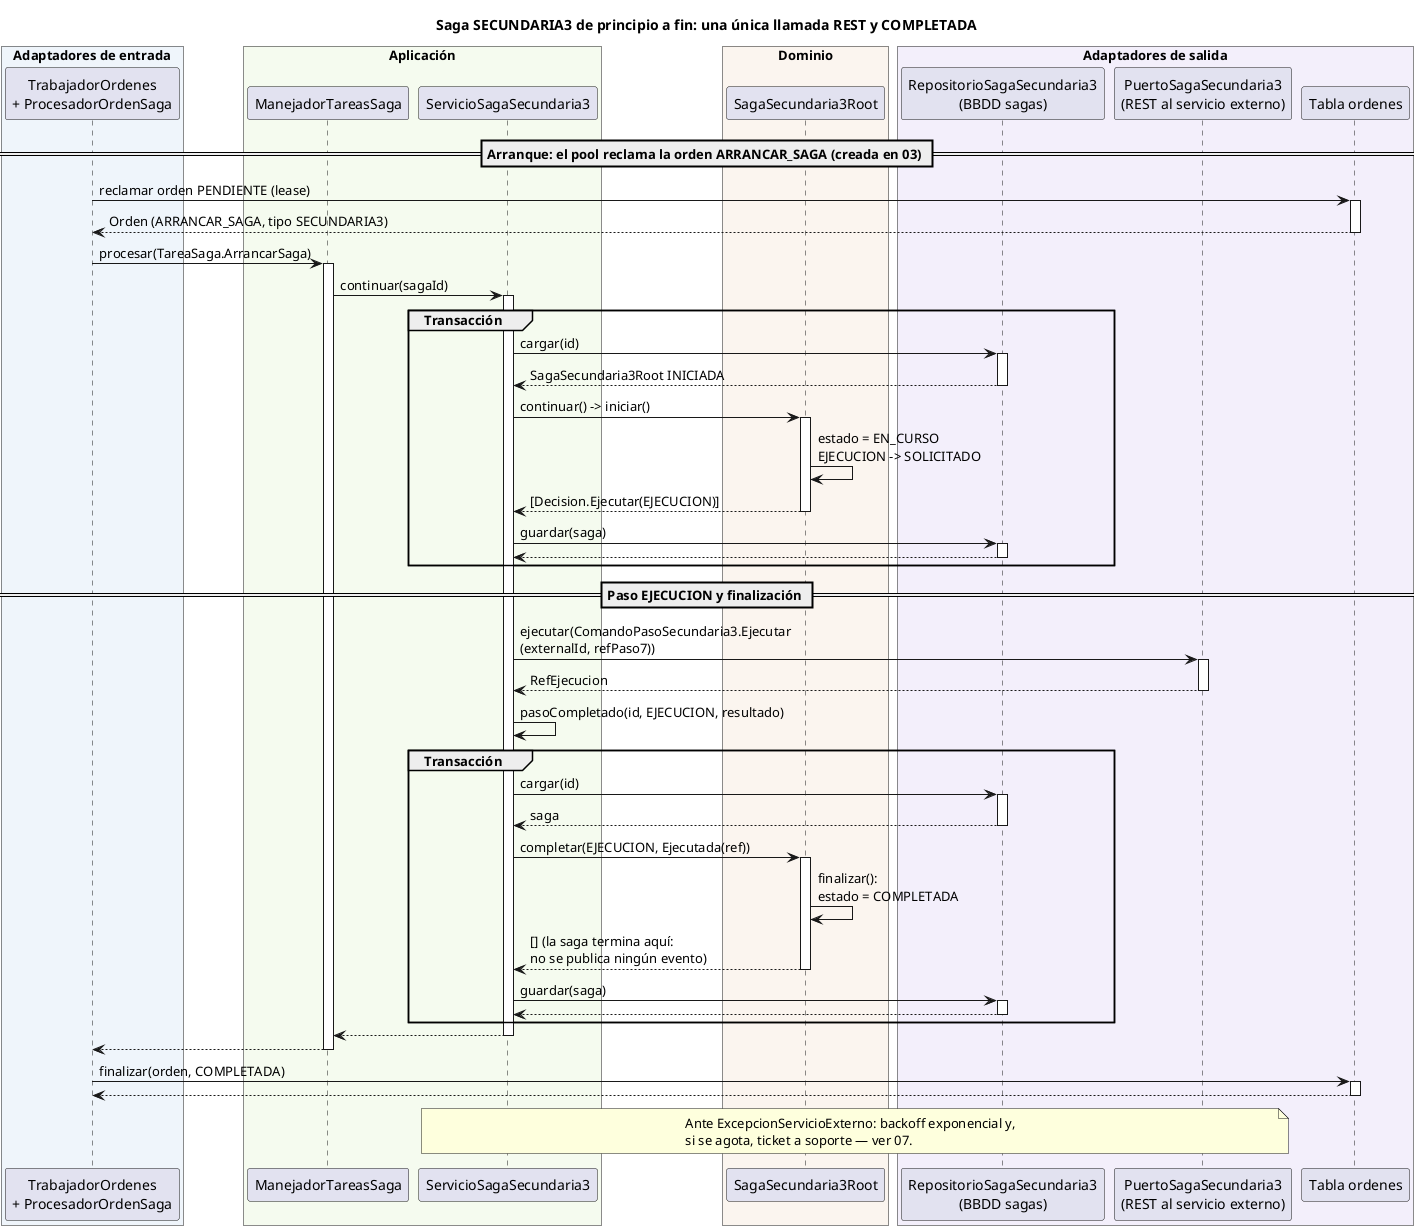
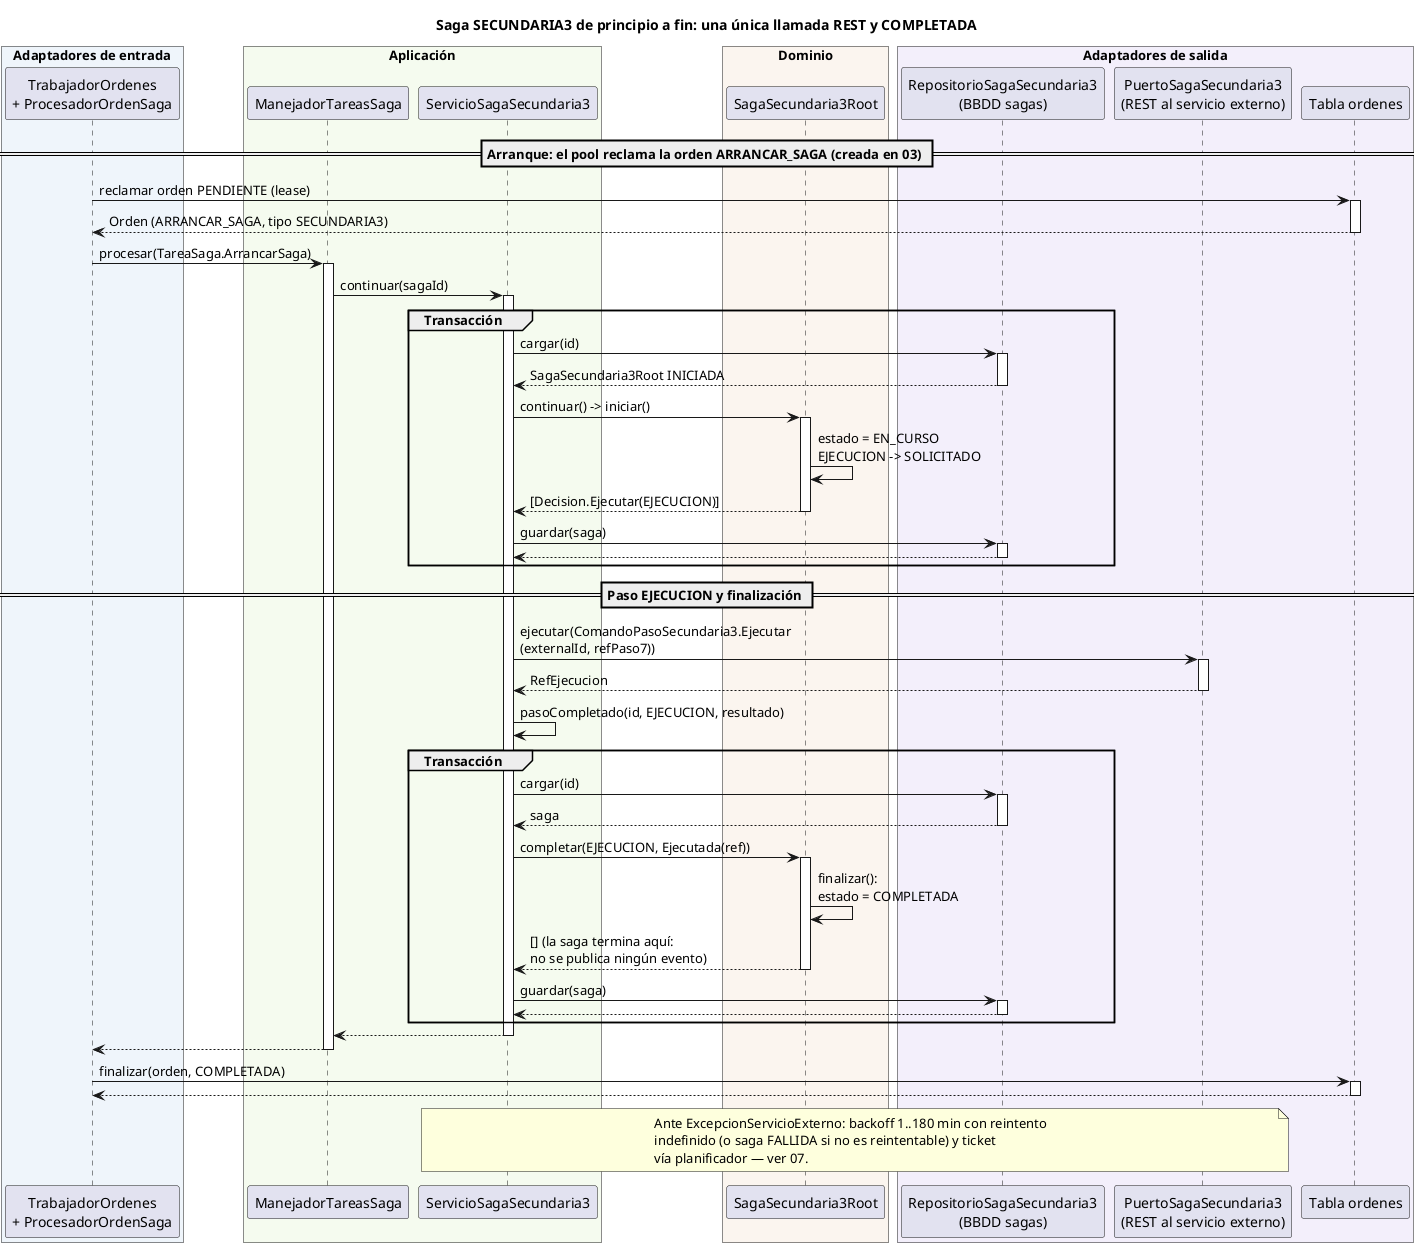
@startuml 06-saga-secundaria3
title Saga SECUNDARIA3 de principio a fin: una única llamada REST y COMPLETADA

box "Adaptadores de entrada" #EFF5FB
  participant "TrabajadorOrdenes\n+ ProcesadorOrdenSaga" as TRAB
end box
box "Aplicación" #F5FBEF
  participant "ManejadorTareasSaga" as MANEJ
  participant "ServicioSagaSecundaria3" as SSEC
end box
box "Dominio" #FBF5EF
  participant "SagaSecundaria3Root" as SAGA
end box
box "Adaptadores de salida" #F3EFFB
  participant "RepositorioSagaSecundaria3\n(BBDD sagas)" as REPOS
  participant "PuertoSagaSecundaria3\n(REST al servicio externo)" as PSIM
  participant "Tabla ordenes" as ORD
end box

== Arranque: el pool reclama la orden ARRANCAR_SAGA (creada en 03) ==
TRAB -> ORD ++ : reclamar orden PENDIENTE (lease)
return Orden (ARRANCAR_SAGA, tipo SECUNDARIA3)
TRAB -> MANEJ ++ : procesar(TareaSaga.ArrancarSaga)
MANEJ -> SSEC ++ : continuar(sagaId)
group Transacción
  SSEC -> REPOS ++ : cargar(id)
  return SagaSecundaria3Root INICIADA
  SSEC -> SAGA ++ : continuar() -> iniciar()
  SAGA -> SAGA : estado = EN_CURSO\nEJECUCION -> SOLICITADO
  return [Decision.Ejecutar(EJECUCION)]
  SSEC -> REPOS ++ : guardar(saga)
  return
end

== Paso EJECUCION y finalización ==
SSEC -> PSIM ++ : ejecutar(ComandoPasoSecundaria3.Ejecutar\n(externalId, refPaso7))
return RefEjecucion
SSEC -> SSEC : pasoCompletado(id, EJECUCION, resultado)
group Transacción
  SSEC -> REPOS ++ : cargar(id)
  return saga
  SSEC -> SAGA ++ : completar(EJECUCION, Ejecutada(ref))
  SAGA -> SAGA : finalizar():\nestado = COMPLETADA
  return [] (la saga termina aquí:\nno se publica ningún evento)
  SSEC -> REPOS ++ : guardar(saga)
  return
end
return
return
TRAB -> ORD ++ : finalizar(orden, COMPLETADA)
return

note over SSEC, PSIM
-   Ante ExcepcionServicioExterno: backoff exponencial y,
-   si se agota, ticket a soporte — ver 07.
+   Ante ExcepcionServicioExterno: backoff 1..180 min con reintento
+   indefinido (o saga FALLIDA si no es reintentable) y ticket
+   vía planificador — ver 07.
end note
@enduml
